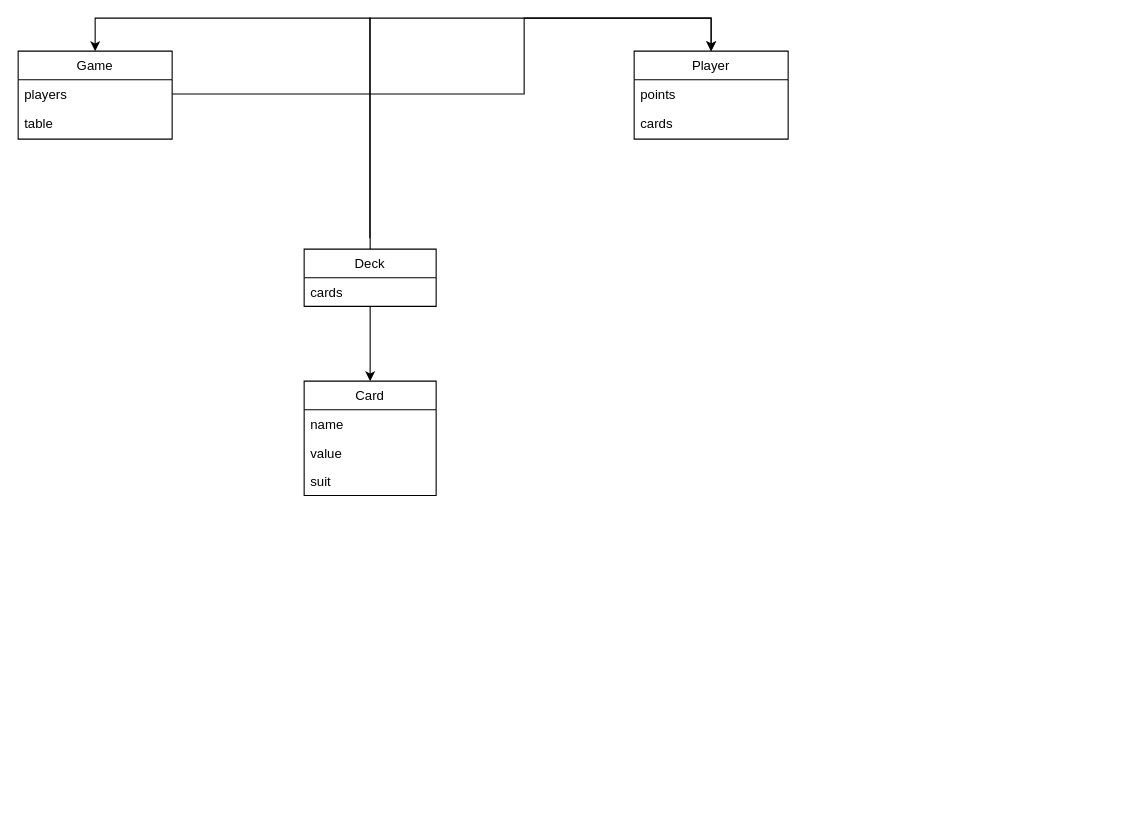
Earlier version of the draw.io diagram diagram.drawio (KauanR/LP-II-Projeto-II). Source tidied: cells renumbered, new cells numbered last; positions are measured from the earlier drawing's top-left corner, leaving out a move shared by most shapes. Both pictures are drawn from the tidied source at 110%, with x=0, y=0 at pixel (18, 18).
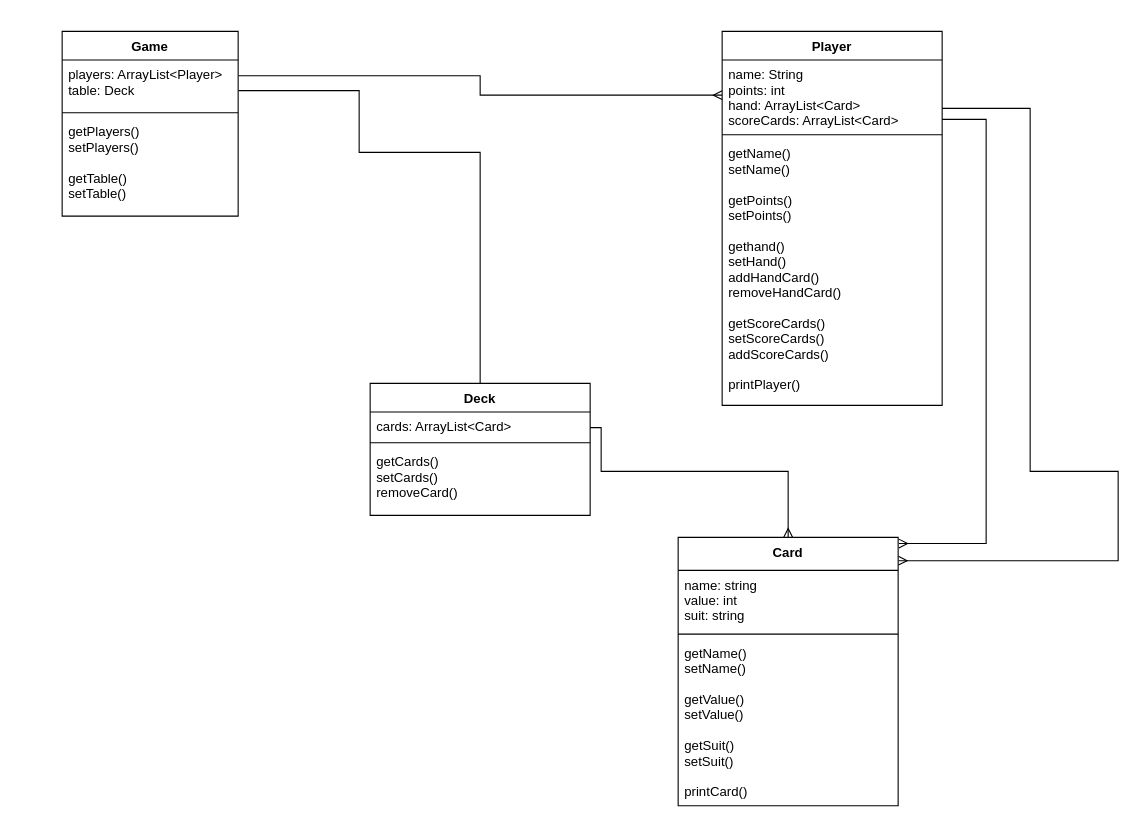
The same page after the edit.

Change to the diagram source:
```diff
@@
-    <mxCell id="2" style="edgeStyle=none;rounded=0;jettySize=auto;html=1;entryX=0.5;entryY=0;entryDx=0;entryDy=0;" parent="1" edge="1" source="4" target="7">
-      <mxGeometry relative="1" as="geometry" />
-    </mxCell>
-    <mxCell id="3" style="edgeStyle=orthogonalEdgeStyle;rounded=0;jettySize=auto;html=1;entryX=0.5;entryY=0;entryDx=0;entryDy=0;" parent="1" edge="1" source="4" target="14">
-      <mxGeometry relative="1" as="geometry">
-        <Array as="points">
-          <mxPoint x="320" />
-          <mxPoint x="70" />
-        </Array>
-      </mxGeometry>
-    </mxCell>
+    <mxCell id="18" style="edgeStyle=orthogonalEdgeStyle;rounded=0;jettySize=auto;html=1;exitX=1.002;exitY=0.326;exitDx=0;exitDy=0;entryX=0;entryY=0.5;entryDx=0;entryDy=0;endArrow=ERmany;endFill=0;exitPerimeter=0;align=left;" parent="1" edge="1" source="26" target="29">
+      <mxGeometry relative="1" as="geometry">
+        <Array as="points">
+          <mxPoint x="420" y="52" />
+          <mxPoint x="420" y="70" />
+        </Array>
+      </mxGeometry>
+    </mxCell>
+    <mxCell id="19" style="edgeStyle=orthogonalEdgeStyle;rounded=0;jettySize=auto;html=1;endArrow=none;endFill=0;exitX=1.002;exitY=0.633;exitDx=0;exitDy=0;exitPerimeter=0;entryX=0.5;entryY=0;entryDx=0;entryDy=0;align=left;" parent="1" edge="1" source="26" target="4">
+      <mxGeometry relative="1" as="geometry">
+        <Array as="points">
+          <mxPoint x="310" y="66" />
+          <mxPoint x="310" y="122" />
+          <mxPoint x="420" y="122" />
+        </Array>
+      </mxGeometry>
+    </mxCell>
+    <mxCell id="20" style="edgeStyle=orthogonalEdgeStyle;rounded=0;jettySize=auto;html=1;entryX=0.5;entryY=0;entryDx=0;entryDy=0;endArrow=ERmany;endFill=0;exitX=1;exitY=0.593;exitDx=0;exitDy=0;exitPerimeter=0;align=left;" parent="1" edge="1" source="23" target="7">
+      <mxGeometry relative="1" as="geometry">
+        <Array as="points">
+          <mxPoint x="530" y="372" />
+          <mxPoint x="530" y="412" />
+          <mxPoint x="700" y="412" />
+        </Array>
+      </mxGeometry>
+    </mxCell>
+    <mxCell id="21" style="edgeStyle=orthogonalEdgeStyle;rounded=0;jettySize=auto;html=1;endArrow=ERmany;endFill=0;entryX=1.001;entryY=0.087;entryDx=0;entryDy=0;entryPerimeter=0;align=left;" parent="1" edge="1" source="29" target="7">
+      <mxGeometry relative="1" as="geometry">
+        <Array as="points">
+          <mxPoint x="920" y="82" />
+          <mxPoint x="920" y="412" />
+          <mxPoint x="1000" y="412" />
+          <mxPoint x="1000" y="493" />
+        </Array>
+      </mxGeometry>
+    </mxCell>
+    <mxCell id="22" style="edgeStyle=orthogonalEdgeStyle;rounded=0;jettySize=auto;html=1;endArrow=ERmany;endFill=0;entryX=1.003;entryY=0.023;entryDx=0;entryDy=0;entryPerimeter=0;align=left;" parent="1" edge="1" source="29" target="7">
+      <mxGeometry relative="1" as="geometry">
+        <Array as="points">
+          <mxPoint x="880" y="92" />
+          <mxPoint x="880" y="478" />
+        </Array>
+      </mxGeometry>
+    </mxCell>
-    <mxCell id="4" value="Deck" style="swimlane;fontStyle=0;horizontal=1;startSize=26;fillColor=none;" parent="1" vertex="1">
-      <mxGeometry x="260" y="210" width="120" height="52" as="geometry" />
+    <mxCell id="4" value="Deck" style="swimlane;fontStyle=1;align=center;verticalAlign=top;horizontal=1;startSize=26;" parent="1" vertex="1">
+      <mxGeometry x="320" y="332" width="200" height="120" as="geometry" />
     </mxCell>
-    <mxCell id="5" value="cards" style="text;strokeColor=none;fillColor=none;align=left;verticalAlign=top;spacingLeft=4;spacingRight=4;overflow=hidden;" parent="4" vertex="1">
-      <mxGeometry y="26" width="120" height="26" as="geometry" />
-    </mxCell>
-    <mxCell id="6" style="edgeStyle=orthogonalEdgeStyle;rounded=0;jettySize=auto;html=1;entryX=0.5;entryY=0;entryDx=0;entryDy=0;" parent="1" edge="1" target="11">
-      <mxGeometry relative="1" as="geometry">
-        <mxPoint x="319.7" y="200" as="sourcePoint" />
-        <Array as="points">
-          <mxPoint x="320" />
-          <mxPoint x="630" />
-        </Array>
-      </mxGeometry>
-    </mxCell>
+    <mxCell id="23" value="cards: ArrayList&lt;Card&gt;" style="text;strokeColor=none;fillColor=none;align=left;verticalAlign=top;spacingLeft=4;spacingRight=4;overflow=hidden;points=[[0,0.5],[1,0.5]];portConstraint=eastwest;" parent="4" vertex="1">
+      <mxGeometry y="26" width="200" height="24" as="geometry" />
+    </mxCell>
+    <mxCell id="24" style="line;strokeWidth=1;fillColor=none;align=left;verticalAlign=middle;spacingTop=-1;spacingLeft=3;spacingRight=3;labelPosition=right;" parent="4" vertex="1">
+      <mxGeometry y="50" width="200" height="8" as="geometry" />
+    </mxCell>
+    <mxCell id="25" value="getCards()&#10;setCards()&#10;removeCard()" style="text;strokeColor=none;fillColor=none;align=left;verticalAlign=top;spacingLeft=4;spacingRight=4;overflow=hidden;" parent="4" vertex="1">
+      <mxGeometry y="58" width="200" height="62" as="geometry" />
+    </mxCell>
+    <mxCell id="14" value="Game" style="swimlane;fontStyle=1;align=center;verticalAlign=top;horizontal=1;startSize=26;" parent="1" vertex="1">
+      <mxGeometry x="40" y="12" width="160" height="168" as="geometry" />
+    </mxCell>
+    <mxCell id="26" value="players: ArrayList&lt;Player&gt;&#10;table: Deck" style="text;strokeColor=none;fillColor=none;align=left;verticalAlign=top;spacingLeft=4;spacingRight=4;overflow=hidden;points=[[0,0.5],[1,0.5]];portConstraint=eastwest;" parent="14" vertex="1">
+      <mxGeometry y="26" width="160" height="44" as="geometry" />
+    </mxCell>
+    <mxCell id="27" style="line;strokeWidth=1;fillColor=none;align=left;verticalAlign=middle;spacingTop=-1;spacingLeft=3;spacingRight=3;labelPosition=right;" parent="14" vertex="1">
+      <mxGeometry y="70" width="160" height="8" as="geometry" />
+    </mxCell>
+    <mxCell id="28" value="getPlayers()&#10;setPlayers()&#10;&#10;getTable()&#10;setTable()" style="text;strokeColor=none;fillColor=none;align=left;verticalAlign=top;spacingLeft=4;spacingRight=4;overflow=hidden;" parent="14" vertex="1">
+      <mxGeometry y="78" width="160" height="90" as="geometry" />
+    </mxCell>
+    <mxCell id="11" value="Player" style="swimlane;fontStyle=1;align=center;verticalAlign=top;horizontal=1;startSize=26;" parent="1" vertex="1">
+      <mxGeometry x="640" y="12" width="200" height="340" as="geometry" />
+    </mxCell>
+    <mxCell id="29" value="name: String&#10;points: int&#10;hand: ArrayList&lt;Card&gt;&#10;scoreCards: ArrayList&lt;Card&gt;" style="text;strokeColor=none;fillColor=none;align=left;verticalAlign=top;spacingLeft=4;spacingRight=4;overflow=hidden;points=[[0,0.5],[1,0.5]];portConstraint=eastwest;" parent="11" vertex="1">
+      <mxGeometry y="26" width="200" height="64" as="geometry" />
+    </mxCell>
+    <mxCell id="30" style="line;strokeWidth=1;fillColor=none;align=left;verticalAlign=middle;spacingTop=-1;spacingLeft=3;spacingRight=3;labelPosition=right;" parent="11" vertex="1">
+      <mxGeometry y="90" width="200" height="8" as="geometry" />
+    </mxCell>
+    <mxCell id="31" value="getName()&#10;setName()&#10;&#10;getPoints()&#10;setPoints()&#10;&#10;gethand()&#10;setHand()&#10;addHandCard()&#10;removeHandCard()&#10;&#10;getScoreCards()&#10;setScoreCards()&#10;addScoreCards()&#10;&#10;printPlayer()" style="text;strokeColor=none;fillColor=none;align=left;verticalAlign=top;spacingLeft=4;spacingRight=4;overflow=hidden;" parent="11" vertex="1">
+      <mxGeometry y="98" width="200" height="242" as="geometry" />
+    </mxCell>
-    <mxCell id="7" value="Card" style="swimlane;fontStyle=0;horizontal=1;startSize=26;fillColor=none;" parent="1" vertex="1">
-      <mxGeometry x="260" y="330" width="120" height="104" as="geometry" />
+    <mxCell id="7" value="Card" style="swimlane;fontStyle=1;align=center;verticalAlign=top;horizontal=1;startSize=30;" parent="1" vertex="1">
+      <mxGeometry x="600" y="472" width="200" height="244" as="geometry" />
     </mxCell>
-    <mxCell id="8" value="name" style="text;strokeColor=none;fillColor=none;align=left;verticalAlign=top;spacingLeft=4;spacingRight=4;overflow=hidden;" parent="7" vertex="1">
-      <mxGeometry y="26" width="120" height="26" as="geometry" />
-    </mxCell>
-    <mxCell id="9" value="value" style="text;strokeColor=none;fillColor=none;align=left;verticalAlign=top;spacingLeft=4;spacingRight=4;overflow=hidden;" parent="7" vertex="1">
-      <mxGeometry y="52" width="120" height="26" as="geometry" />
-    </mxCell>
-    <mxCell id="10" value="suit" style="text;strokeColor=none;fillColor=none;align=left;verticalAlign=top;spacingLeft=4;spacingRight=4;overflow=hidden;" parent="7" vertex="1">
-      <mxGeometry y="78" width="120" height="26" as="geometry" />
-    </mxCell>
-    <mxCell id="11" value="Player" style="swimlane;fontStyle=0;horizontal=1;startSize=26;fillColor=none;" parent="1" vertex="1">
-      <mxGeometry x="560" y="30" width="140" height="80" as="geometry" />
-    </mxCell>
-    <mxCell id="12" value="points" style="text;strokeColor=none;fillColor=none;align=left;verticalAlign=top;spacingLeft=4;spacingRight=4;overflow=hidden;" parent="11" vertex="1">
-      <mxGeometry y="26" width="140" height="26" as="geometry" />
-    </mxCell>
-    <mxCell id="13" value="cards" style="text;strokeColor=none;fillColor=none;align=left;verticalAlign=top;spacingLeft=4;spacingRight=4;overflow=hidden;" parent="11" vertex="1">
-      <mxGeometry y="52" width="140" height="28" as="geometry" />
-    </mxCell>
-    <mxCell id="14" value="Game" style="swimlane;fontStyle=0;horizontal=1;startSize=26;fillColor=none;" parent="1" vertex="1">
-      <mxGeometry y="30" width="140" height="80" as="geometry" />
-    </mxCell>
-    <mxCell id="15" value="players" style="text;strokeColor=none;fillColor=none;align=left;verticalAlign=top;spacingLeft=4;spacingRight=4;overflow=hidden;points=[[0,0.5],[1,0.5]];portConstraint=eastwest;" parent="14" vertex="1">
-      <mxGeometry y="26" width="140" height="26" as="geometry" />
-    </mxCell>
-    <mxCell id="16" value="table" style="text;strokeColor=none;fillColor=none;align=left;verticalAlign=top;spacingLeft=4;spacingRight=4;overflow=hidden;" parent="14" vertex="1">
-      <mxGeometry y="52" width="140" height="28" as="geometry" />
-    </mxCell>
-    <mxCell id="17" style="edgeStyle=orthogonalEdgeStyle;rounded=0;jettySize=auto;html=1;entryX=0.5;entryY=0;entryDx=0;entryDy=0;" parent="1" edge="1" source="15" target="11">
-      <mxGeometry relative="1" as="geometry">
-        <Array as="points">
-          <mxPoint x="460" y="69" />
-          <mxPoint x="460" />
-          <mxPoint x="630" />
-        </Array>
-      </mxGeometry>
-    </mxCell>
+    <mxCell id="32" value="name: string&#10;value: int&#10;suit: string" style="text;strokeColor=none;fillColor=none;align=left;verticalAlign=top;spacingLeft=4;spacingRight=4;overflow=hidden;" parent="7" vertex="1">
+      <mxGeometry y="30" width="200" height="54" as="geometry" />
+    </mxCell>
+    <mxCell id="33" style="line;strokeWidth=1;fillColor=none;align=left;verticalAlign=middle;spacingTop=-1;spacingLeft=3;spacingRight=3;labelPosition=right;" parent="7" vertex="1">
+      <mxGeometry y="84" width="200" height="8" as="geometry" />
+    </mxCell>
+    <mxCell id="34" value="getName()&#10;setName()&#10;&#10;getValue()&#10;setValue()&#10;&#10;getSuit()&#10;setSuit()&#10;&#10;printCard()" style="text;strokeColor=none;fillColor=none;align=left;verticalAlign=top;spacingLeft=4;spacingRight=4;overflow=hidden;" parent="7" vertex="1">
+      <mxGeometry y="92" width="200" height="152" as="geometry" />
+    </mxCell>
```
